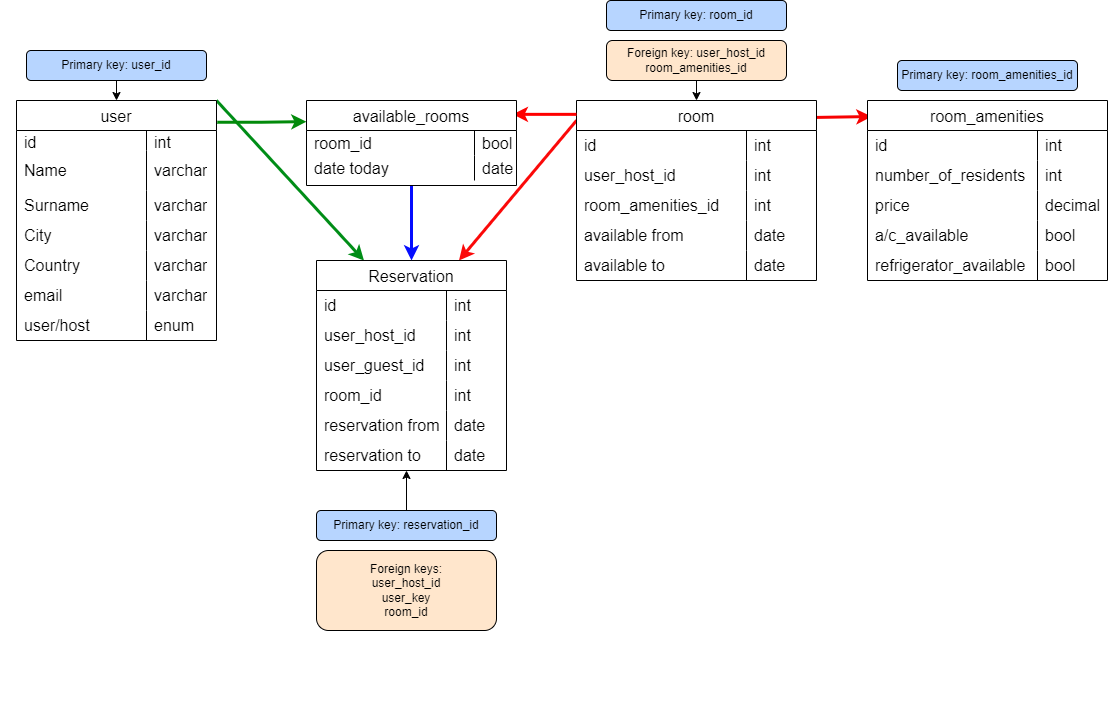
Before: HW16/HW16_DB.drawio_2.png, a diagram exported from draw.io (mtevosian/Python_Projector). Source tidied: cells renumbered, new cells last; positions are measured from the earlier drawing's top-left corner, leaving out a move shared by most shapes.
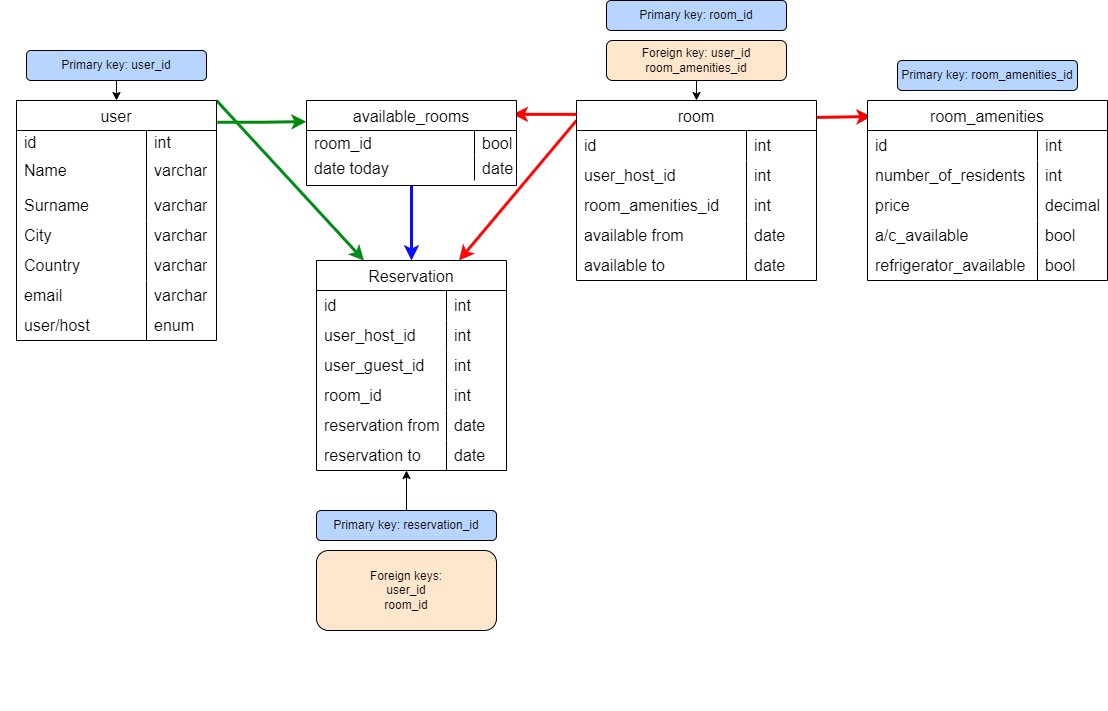
The same file after the commit.

What changed in the source:
```diff
@@ -136,7 +136,7 @@
     <mxCell id="45" style="edgeStyle=none;rounded=0;jettySize=auto;html=1;exitX=0.5;exitY=1;exitDx=0;exitDy=0;entryX=0.5;entryY=0;entryDx=0;entryDy=0;" parent="1" edge="1" source="46" target="29">
       <mxGeometry relative="1" as="geometry" />
     </mxCell>
-    <mxCell id="46" value="Foreign key: user_host_id&lt;br&gt;room_amenities_id" style="rounded=1;whiteSpace=wrap;html=1;fillColor=#FFE6CC;" parent="1" vertex="1">
+    <mxCell id="46" value="Foreign key: user_id&lt;br&gt;room_amenities_id" style="rounded=1;whiteSpace=wrap;html=1;fillColor=#FFE6CC;" parent="1" vertex="1">
       <mxGeometry x="606" y="40" width="180" height="40" as="geometry" />
     </mxCell>
     <mxCell id="47" style="shape=tableRow;horizontal=0;startSize=0;swimlaneHead=0;swimlaneBody=0;top=0;left=0;bottom=0;right=0;fillColor=none;strokeColor=inherit;fontSize=16;" parent="1" vertex="1">
@@ -205,7 +205,7 @@
     <mxCell id="68" value="date" style="shape=partialRectangle;html=1;whiteSpace=wrap;fillColor=none;top=0;left=0;bottom=0;right=0;align=left;spacingLeft=6;overflow=hidden;strokeColor=inherit;fontSize=16;" parent="66" vertex="1">
       <mxGeometry x="130" width="60" height="30" as="geometry" />
     </mxCell>
-    <mxCell id="69" value="Foreign keys: &lt;br&gt;user_host_id&lt;br&gt;user_key&lt;br&gt;room_id" style="rounded=1;whiteSpace=wrap;html=1;fillColor=#FFE6CC;" parent="1" vertex="1">
+    <mxCell id="69" value="Foreign keys: &lt;br&gt;user_id&lt;br&gt;room_id" style="rounded=1;whiteSpace=wrap;html=1;fillColor=#FFE6CC;" parent="1" vertex="1">
       <mxGeometry x="316" y="550" width="180" height="80" as="geometry" />
     </mxCell>
     <mxCell id="70" style="edgeStyle=none;rounded=0;jettySize=auto;html=1;exitX=0.5;exitY=0;exitDx=0;exitDy=0;" parent="1" edge="1" source="71">
```
